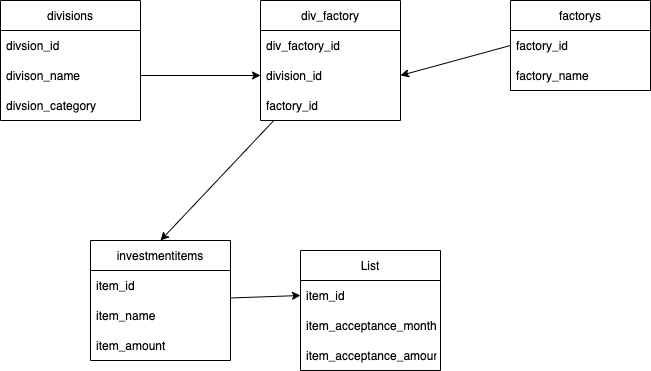
This is ER.drawio.png from Mshota395/investment_front, a draw.io export, as it was before one commit. Source tidied: cells renumbered, new cells last; positions are measured from the earlier drawing's top-left corner, leaving out a move shared by most shapes. The source it was exported from:
```xml
<mxGraphModel>
  <root>
    <mxCell id="0" />
    <mxCell id="1" parent="0" />
    <mxCell id="2" value="divisions" style="swimlane;fontStyle=0;horizontal=1;startSize=30;" parent="1" vertex="1">
      <mxGeometry width="140" height="120" as="geometry" />
    </mxCell>
    <mxCell id="3" value="divsion_id" style="text;strokeColor=none;fillColor=none;align=left;verticalAlign=middle;spacingLeft=4;spacingRight=4;overflow=hidden;" parent="2" vertex="1">
      <mxGeometry y="30" width="140" height="30" as="geometry" />
    </mxCell>
    <mxCell id="4" value="divison_name" style="text;strokeColor=none;fillColor=none;align=left;verticalAlign=middle;spacingLeft=4;spacingRight=4;overflow=hidden;points=[[0,0.5],[1,0.5]];portConstraint=eastwest;" parent="2" vertex="1">
      <mxGeometry y="60" width="140" height="30" as="geometry" />
    </mxCell>
    <mxCell id="5" value="divsion_category" style="text;strokeColor=none;fillColor=none;align=left;verticalAlign=middle;spacingLeft=4;spacingRight=4;overflow=hidden;" parent="2" vertex="1">
      <mxGeometry y="90" width="140" height="30" as="geometry" />
    </mxCell>
    <mxCell id="6" value="factorys" style="swimlane;fontStyle=0;horizontal=1;startSize=30;" parent="1" vertex="1">
      <mxGeometry x="510" width="140" height="90" as="geometry" />
    </mxCell>
    <mxCell id="7" value="factory_id" style="text;strokeColor=none;fillColor=none;align=left;verticalAlign=middle;spacingLeft=4;spacingRight=4;overflow=hidden;points=[[0,0.5],[1,0.5]];portConstraint=eastwest;" parent="6" vertex="1">
      <mxGeometry y="30" width="140" height="30" as="geometry" />
    </mxCell>
    <mxCell id="8" value="factory_name" style="text;strokeColor=none;fillColor=none;align=left;verticalAlign=middle;spacingLeft=4;spacingRight=4;overflow=hidden;" parent="6" vertex="1">
      <mxGeometry y="60" width="140" height="30" as="geometry" />
    </mxCell>
    <mxCell id="9" style="edgeStyle=none;html=1;entryX=0.5;entryY=0;entryDx=0;entryDy=0;" parent="1" edge="1" source="10" target="17">
      <mxGeometry relative="1" as="geometry" />
    </mxCell>
    <mxCell id="10" value="div_factory" style="swimlane;fontStyle=0;horizontal=1;startSize=30;" parent="1" vertex="1">
      <mxGeometry x="260" width="140" height="120" as="geometry" />
    </mxCell>
    <mxCell id="11" value="div_factory_id" style="text;strokeColor=none;fillColor=none;align=left;verticalAlign=middle;spacingLeft=4;spacingRight=4;overflow=hidden;" parent="10" vertex="1">
      <mxGeometry y="30" width="140" height="30" as="geometry" />
    </mxCell>
    <mxCell id="12" value="division_id" style="text;strokeColor=none;fillColor=none;align=left;verticalAlign=middle;spacingLeft=4;spacingRight=4;overflow=hidden;points=[[0,0.5],[1,0.5]];portConstraint=eastwest;" parent="10" vertex="1">
      <mxGeometry y="60" width="140" height="30" as="geometry" />
    </mxCell>
    <mxCell id="13" value="factory_id" style="text;strokeColor=none;fillColor=none;align=left;verticalAlign=middle;spacingLeft=4;spacingRight=4;overflow=hidden;" parent="10" vertex="1">
      <mxGeometry y="90" width="140" height="30" as="geometry" />
    </mxCell>
    <mxCell id="14" style="edgeStyle=none;html=1;entryX=0;entryY=0.5;entryDx=0;entryDy=0;exitX=1;exitY=0.5;exitDx=0;exitDy=0;" parent="1" edge="1" source="4" target="12">
      <mxGeometry relative="1" as="geometry" />
    </mxCell>
    <mxCell id="15" style="edgeStyle=none;html=1;exitX=0;exitY=0.5;exitDx=0;exitDy=0;entryX=1;entryY=0.5;entryDx=0;entryDy=0;" parent="1" edge="1" source="7" target="12">
      <mxGeometry relative="1" as="geometry" />
    </mxCell>
    <mxCell id="16" style="edgeStyle=none;html=1;entryX=0;entryY=0.5;entryDx=0;entryDy=0;" parent="1" edge="1" source="17" target="22">
      <mxGeometry relative="1" as="geometry" />
    </mxCell>
    <mxCell id="17" value="investmentitems" style="swimlane;fontStyle=0;horizontal=1;startSize=30;" parent="1" vertex="1">
      <mxGeometry x="90" y="240" width="140" height="120" as="geometry" />
    </mxCell>
    <mxCell id="18" value="item_id" style="text;strokeColor=none;fillColor=none;align=left;verticalAlign=middle;spacingLeft=4;spacingRight=4;overflow=hidden;" parent="17" vertex="1">
      <mxGeometry y="30" width="140" height="30" as="geometry" />
    </mxCell>
    <mxCell id="19" value="item_name" style="text;strokeColor=none;fillColor=none;align=left;verticalAlign=middle;spacingLeft=4;spacingRight=4;overflow=hidden;" parent="17" vertex="1">
      <mxGeometry y="60" width="140" height="30" as="geometry" />
    </mxCell>
    <mxCell id="20" value="item_amount" style="text;strokeColor=none;fillColor=none;align=left;verticalAlign=middle;spacingLeft=4;spacingRight=4;overflow=hidden;" parent="17" vertex="1">
      <mxGeometry y="90" width="140" height="30" as="geometry" />
    </mxCell>
    <mxCell id="21" value="List" style="swimlane;fontStyle=0;horizontal=1;startSize=30;" parent="1" vertex="1">
      <mxGeometry x="300" y="250" width="140" height="120" as="geometry" />
    </mxCell>
    <mxCell id="22" value="item_id" style="text;strokeColor=none;fillColor=none;align=left;verticalAlign=middle;spacingLeft=4;spacingRight=4;overflow=hidden;points=[[0,0.5],[1,0.5]];portConstraint=eastwest;" parent="21" vertex="1">
      <mxGeometry y="30" width="140" height="30" as="geometry" />
    </mxCell>
    <mxCell id="23" value="item_acceptance_month" style="text;strokeColor=none;fillColor=none;align=left;verticalAlign=middle;spacingLeft=4;spacingRight=4;overflow=hidden;" parent="21" vertex="1">
      <mxGeometry y="60" width="140" height="30" as="geometry" />
    </mxCell>
    <mxCell id="24" value="item_acceptance_amount" style="text;strokeColor=none;fillColor=none;align=left;verticalAlign=middle;spacingLeft=4;spacingRight=4;overflow=hidden;" parent="21" vertex="1">
      <mxGeometry y="90" width="140" height="30" as="geometry" />
    </mxCell>
  </root>
</mxGraphModel>
```
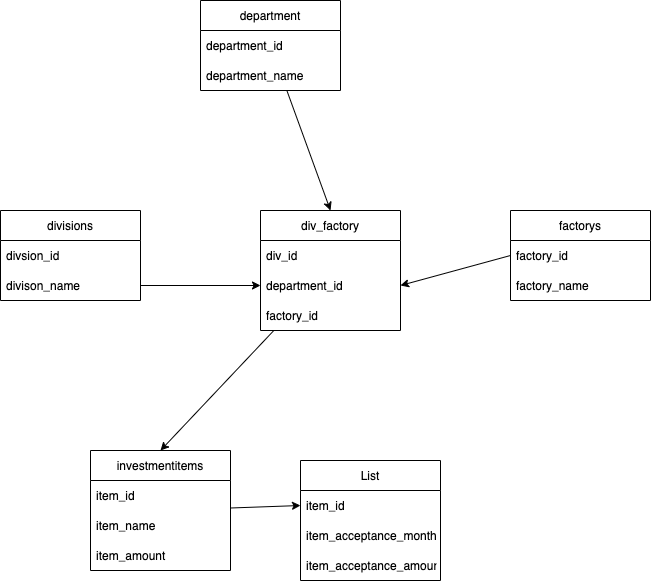
The same diagram one commit later.

What changed in the source:
```diff
@@ -3,7 +3,7 @@
     <mxCell id="0" />
     <mxCell id="1" parent="0" />
     <mxCell id="2" value="divisions" style="swimlane;fontStyle=0;horizontal=1;startSize=30;" parent="1" vertex="1">
-      <mxGeometry width="140" height="120" as="geometry" />
+      <mxGeometry width="140" height="90" as="geometry" />
     </mxCell>
     <mxCell id="3" value="divsion_id" style="text;strokeColor=none;fillColor=none;align=left;verticalAlign=middle;spacingLeft=4;spacingRight=4;overflow=hidden;" parent="2" vertex="1">
       <mxGeometry y="30" width="140" height="30" as="geometry" />
@@ -11,9 +11,6 @@
     <mxCell id="4" value="divison_name" style="text;strokeColor=none;fillColor=none;align=left;verticalAlign=middle;spacingLeft=4;spacingRight=4;overflow=hidden;points=[[0,0.5],[1,0.5]];portConstraint=eastwest;" parent="2" vertex="1">
       <mxGeometry y="60" width="140" height="30" as="geometry" />
     </mxCell>
-    <mxCell id="5" value="divsion_category" style="text;strokeColor=none;fillColor=none;align=left;verticalAlign=middle;spacingLeft=4;spacingRight=4;overflow=hidden;" parent="2" vertex="1">
-      <mxGeometry y="90" width="140" height="30" as="geometry" />
-    </mxCell>
     <mxCell id="6" value="factorys" style="swimlane;fontStyle=0;horizontal=1;startSize=30;" parent="1" vertex="1">
       <mxGeometry x="510" width="140" height="90" as="geometry" />
     </mxCell>
@@ -29,10 +26,10 @@
     <mxCell id="10" value="div_factory" style="swimlane;fontStyle=0;horizontal=1;startSize=30;" parent="1" vertex="1">
       <mxGeometry x="260" width="140" height="120" as="geometry" />
     </mxCell>
-    <mxCell id="11" value="div_factory_id" style="text;strokeColor=none;fillColor=none;align=left;verticalAlign=middle;spacingLeft=4;spacingRight=4;overflow=hidden;" parent="10" vertex="1">
+    <mxCell id="11" value="div_id" style="text;strokeColor=none;fillColor=none;align=left;verticalAlign=middle;spacingLeft=4;spacingRight=4;overflow=hidden;" parent="10" vertex="1">
       <mxGeometry y="30" width="140" height="30" as="geometry" />
     </mxCell>
-    <mxCell id="12" value="division_id" style="text;strokeColor=none;fillColor=none;align=left;verticalAlign=middle;spacingLeft=4;spacingRight=4;overflow=hidden;points=[[0,0.5],[1,0.5]];portConstraint=eastwest;" parent="10" vertex="1">
+    <mxCell id="12" value="department_id " style="text;strokeColor=none;fillColor=none;align=left;verticalAlign=middle;spacingLeft=4;spacingRight=4;overflow=hidden;points=[[0,0.5],[1,0.5]];portConstraint=eastwest;" parent="10" vertex="1">
       <mxGeometry y="60" width="140" height="30" as="geometry" />
     </mxCell>
     <mxCell id="13" value="factory_id" style="text;strokeColor=none;fillColor=none;align=left;verticalAlign=middle;spacingLeft=4;spacingRight=4;overflow=hidden;" parent="10" vertex="1">
@@ -71,5 +68,17 @@
     <mxCell id="24" value="item_acceptance_amount" style="text;strokeColor=none;fillColor=none;align=left;verticalAlign=middle;spacingLeft=4;spacingRight=4;overflow=hidden;" parent="21" vertex="1">
       <mxGeometry y="90" width="140" height="30" as="geometry" />
     </mxCell>
+    <mxCell id="25" style="edgeStyle=none;html=1;entryX=0.5;entryY=0;entryDx=0;entryDy=0;" parent="1" edge="1" source="26" target="10">
+      <mxGeometry relative="1" as="geometry" />
+    </mxCell>
+    <mxCell id="26" value="department" style="swimlane;fontStyle=0;horizontal=1;startSize=30;" parent="1" vertex="1">
+      <mxGeometry x="200" y="-210" width="140" height="90" as="geometry" />
+    </mxCell>
+    <mxCell id="27" value="department_id" style="text;strokeColor=none;fillColor=none;align=left;verticalAlign=middle;spacingLeft=4;spacingRight=4;overflow=hidden;" parent="26" vertex="1">
+      <mxGeometry y="30" width="140" height="30" as="geometry" />
+    </mxCell>
+    <mxCell id="28" value="department_name" style="text;strokeColor=none;fillColor=none;align=left;verticalAlign=middle;spacingLeft=4;spacingRight=4;overflow=hidden;" parent="26" vertex="1">
+      <mxGeometry y="60" width="140" height="30" as="geometry" />
+    </mxCell>
   </root>
 </mxGraphModel>
```
